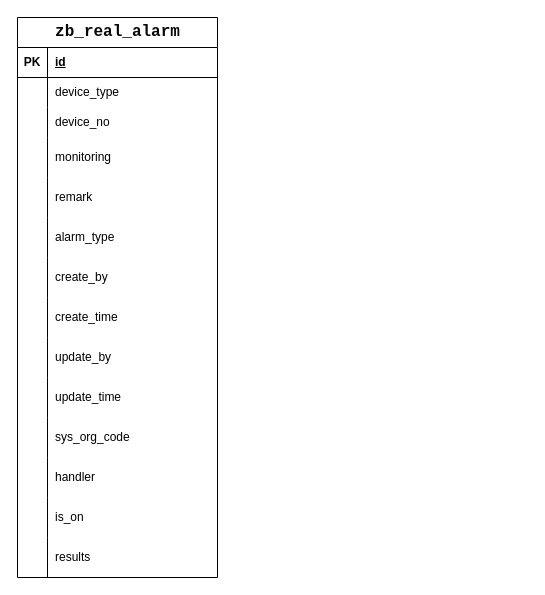
Above: 未命名绘图.drawio in zhangchao8818/githubtest (draw.io), before the change. Source tidied: cells renumbered, new cells numbered last; positions are measured from the earlier drawing's top-left corner, leaving out a move shared by most shapes. Both pictures are drawn from the tidied source at 100%, with x=0, y=0 at pixel (17, 17).
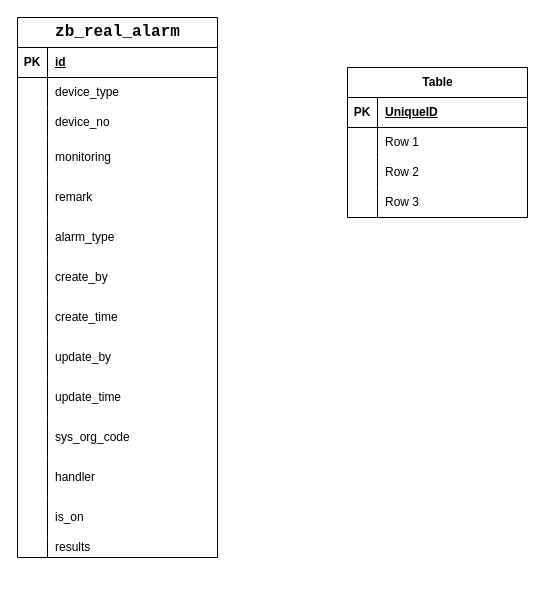
After the change.

The edit, as a diff of the source:
```diff
@@
     <mxCell id="2" value="&lt;div style=&quot;background-color: rgb(255, 255, 255); color: rgb(8, 8, 8); font-family: &amp;quot;JetBrains Mono&amp;quot;, monospace; font-size: 12pt;&quot;&gt;zb_real_alarm&lt;/div&gt;" style="shape=table;startSize=30;childLayout=tableLayout;rowLines=0;fontStyle=1;align=center;html=1;" parent="1" vertex="1">
-      <mxGeometry width="200" height="560" as="geometry" />
+      <mxGeometry width="200" height="540" as="geometry" />
     </mxCell>
@@
     <mxCell id="42" style="shape=tableRow;horizontal=0;startSize=0;swimlaneHead=0;swimlaneBody=0;fillColor=none;top=0;left=0;right=0;bottom=0;" parent="2" vertex="1">
-      <mxGeometry y="520" width="200" height="40" as="geometry" />
+      <mxGeometry y="520" width="200" height="20" as="geometry" />
     </mxCell>
     <mxCell id="43" style="shape=partialRectangle;fillColor=none;top=0;left=0;bottom=0;right=0;overflow=hidden;whiteSpace=wrap;html=1;" parent="42" vertex="1">
-      <mxGeometry width="30" height="40" as="geometry" />
+      <mxGeometry width="30" height="20" as="geometry" />
     </mxCell>
     <mxCell id="44" value="results" style="shape=partialRectangle;fillColor=none;top=0;left=0;bottom=0;right=0;align=left;spacingLeft=6;overflow=hidden;whiteSpace=wrap;html=1;" parent="42" vertex="1">
-      <mxGeometry x="30" width="170" height="40" as="geometry" />
+      <mxGeometry x="30" width="170" height="20" as="geometry" />
     </mxCell>
+    <mxCell id="45" value="Table" style="shape=table;startSize=30;childLayout=tableLayout;rowLines=0;fontStyle=1;align=center;html=1;" parent="1" vertex="1">
+      <mxGeometry x="330" y="50" width="180" height="150" as="geometry" />
+    </mxCell>
+    <mxCell id="46" style="shape=tableRow;horizontal=0;startSize=0;swimlaneHead=0;swimlaneBody=0;fillColor=none;top=0;left=0;right=0;bottom=1;" parent="45" vertex="1">
+      <mxGeometry y="30" width="180" height="30" as="geometry" />
+    </mxCell>
+    <mxCell id="47" value="PK" style="shape=partialRectangle;fillColor=none;top=0;left=0;bottom=0;right=0;fontStyle=1;overflow=hidden;whiteSpace=wrap;html=1;" parent="46" vertex="1">
+      <mxGeometry width="30" height="30" as="geometry" />
+    </mxCell>
+    <mxCell id="48" value="UniqueID" style="shape=partialRectangle;fillColor=none;top=0;left=0;bottom=0;right=0;align=left;spacingLeft=6;fontStyle=5;overflow=hidden;whiteSpace=wrap;html=1;" parent="46" vertex="1">
+      <mxGeometry x="30" width="150" height="30" as="geometry" />
+    </mxCell>
+    <mxCell id="49" style="shape=tableRow;horizontal=0;startSize=0;swimlaneHead=0;swimlaneBody=0;fillColor=none;top=0;left=0;right=0;bottom=0;" parent="45" vertex="1">
+      <mxGeometry y="60" width="180" height="30" as="geometry" />
+    </mxCell>
+    <mxCell id="50" style="shape=partialRectangle;fillColor=none;top=0;left=0;bottom=0;right=0;overflow=hidden;whiteSpace=wrap;html=1;" parent="49" vertex="1">
+      <mxGeometry width="30" height="30" as="geometry" />
+    </mxCell>
+    <mxCell id="51" value="Row 1" style="shape=partialRectangle;fillColor=none;top=0;left=0;bottom=0;right=0;align=left;spacingLeft=6;overflow=hidden;whiteSpace=wrap;html=1;" parent="49" vertex="1">
+      <mxGeometry x="30" width="150" height="30" as="geometry" />
+    </mxCell>
+    <mxCell id="52" style="shape=tableRow;horizontal=0;startSize=0;swimlaneHead=0;swimlaneBody=0;fillColor=none;top=0;left=0;right=0;bottom=0;" parent="45" vertex="1">
+      <mxGeometry y="90" width="180" height="30" as="geometry" />
+    </mxCell>
+    <mxCell id="53" style="shape=partialRectangle;fillColor=none;top=0;left=0;bottom=0;right=0;overflow=hidden;whiteSpace=wrap;html=1;" parent="52" vertex="1">
+      <mxGeometry width="30" height="30" as="geometry" />
+    </mxCell>
+    <mxCell id="54" value="Row 2" style="shape=partialRectangle;fillColor=none;top=0;left=0;bottom=0;right=0;align=left;spacingLeft=6;overflow=hidden;whiteSpace=wrap;html=1;" parent="52" vertex="1">
+      <mxGeometry x="30" width="150" height="30" as="geometry" />
+    </mxCell>
+    <mxCell id="55" style="shape=tableRow;horizontal=0;startSize=0;swimlaneHead=0;swimlaneBody=0;fillColor=none;top=0;left=0;right=0;bottom=0;" parent="45" vertex="1">
+      <mxGeometry y="120" width="180" height="30" as="geometry" />
+    </mxCell>
+    <mxCell id="56" style="shape=partialRectangle;fillColor=none;top=0;left=0;bottom=0;right=0;overflow=hidden;whiteSpace=wrap;html=1;" parent="55" vertex="1">
+      <mxGeometry width="30" height="30" as="geometry" />
+    </mxCell>
+    <mxCell id="57" value="Row 3" style="shape=partialRectangle;fillColor=none;top=0;left=0;bottom=0;right=0;align=left;spacingLeft=6;overflow=hidden;whiteSpace=wrap;html=1;" parent="55" vertex="1">
+      <mxGeometry x="30" width="150" height="30" as="geometry" />
+    </mxCell>
```
